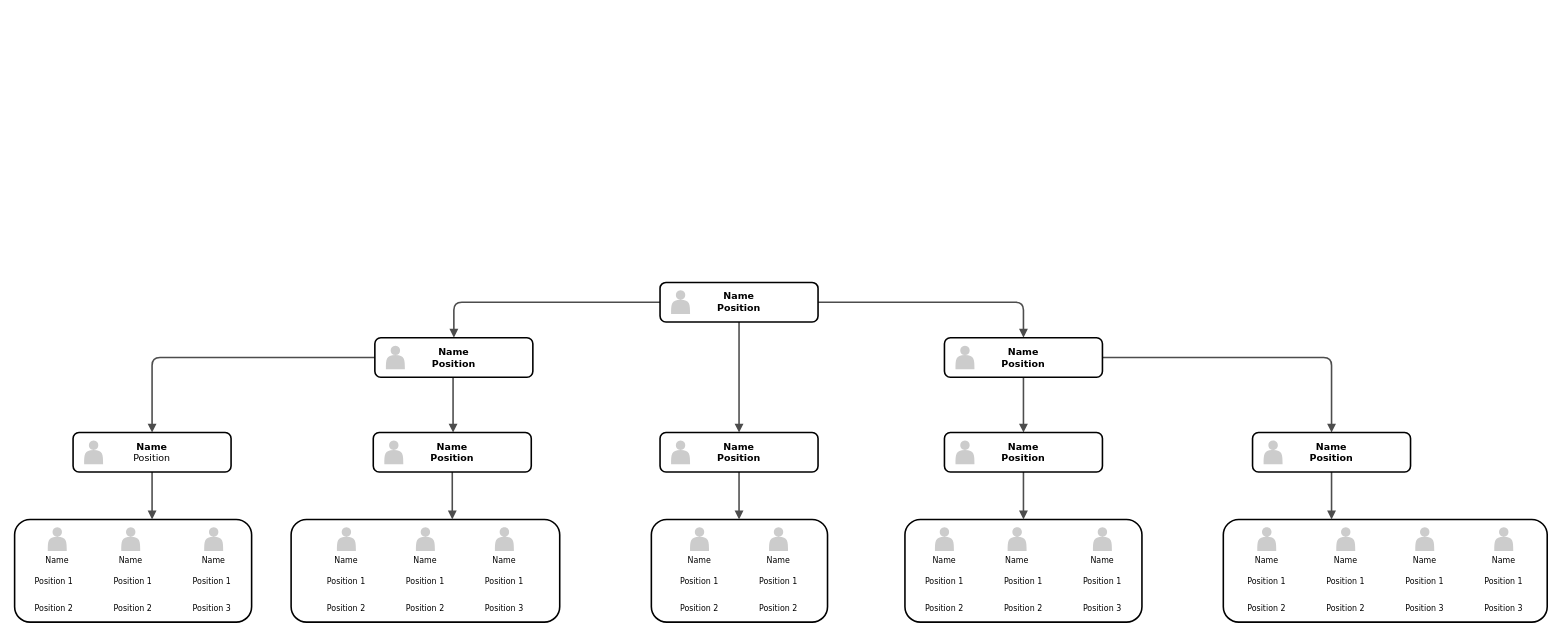
Above: Diagrama sem nome.drawio in pedindev/Pedro2024 (draw.io), before the change. Source tidied: cells renumbered, new cells numbered last; positions are measured from the earlier drawing's top-left corner, leaving out a move shared by most shapes. Both pictures are drawn from the tidied source at 79%, with x=0, y=0 at pixel (14, 282).
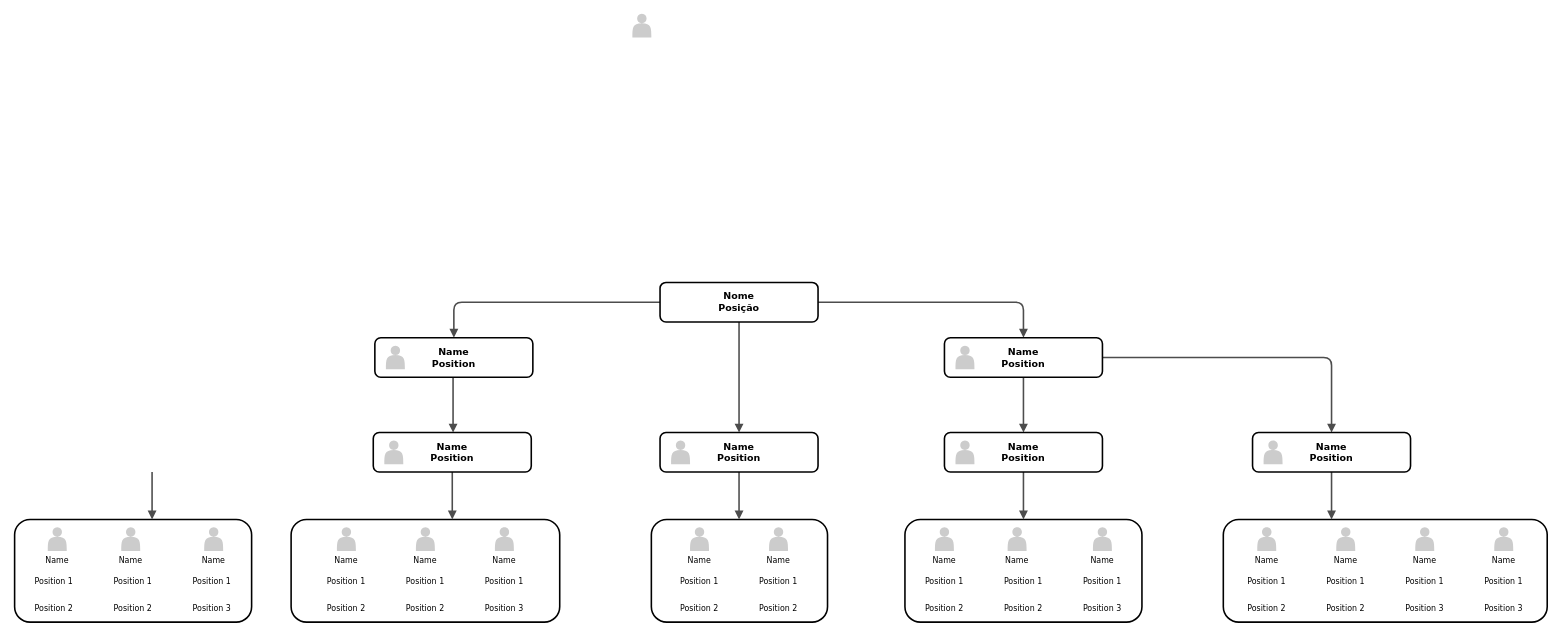
Above is the later version.

Unchanged cells that the change refers to:
```xml
<mxCell id="2" style="whiteSpace=wrap;html=1;rounded=1;shadow=0;comic=0;strokeWidth=2;fontFamily=Verdana;align=center;fontSize=10;" parent="1" vertex="1">
  <mxGeometry y="300" width="300" height="130" as="geometry" />
</mxCell>
<mxCell id="66" value="Name&lt;div&gt;&lt;span&gt;Position&lt;/span&gt;&lt;/div&gt;" style="whiteSpace=wrap;html=1;rounded=1;shadow=0;comic=0;strokeWidth=2;fontFamily=Verdana;align=center;fontSize=12;fontStyle=1;" parent="1" vertex="1">
  <mxGeometry x="456" y="70" width="200" height="50" as="geometry" />
</mxCell>
```

Change to the diagram source:
```diff
@@
-    <mxCell id="23" style="edgeStyle=orthogonalEdgeStyle;rounded=1;html=1;labelBackgroundColor=none;endArrow=block;endFill=1;strokeColor=#4D4D4D;strokeWidth=2;fontFamily=Verdana;fontSize=12;fontStyle=1;" parent="1" edge="1" source="66" target="64">
-      <mxGeometry relative="1" as="geometry" />
-    </mxCell>
@@
-    <mxCell id="30" style="edgeStyle=elbowEdgeStyle;rounded=1;html=1;labelBackgroundColor=none;endArrow=block;endFill=1;strokeColor=#4D4D4D;strokeWidth=2;fontFamily=Verdana;fontSize=10;" parent="1" edge="1" source="64" target="2">
-      <mxGeometry relative="1" as="geometry" />
+    <mxCell id="30" style="edgeStyle=elbowEdgeStyle;rounded=1;html=1;labelBackgroundColor=none;endArrow=block;endFill=1;strokeColor=#4D4D4D;strokeWidth=2;fontFamily=Verdana;fontSize=10;" parent="1" edge="1" target="2">
+      <mxGeometry relative="1" as="geometry">
+        <mxPoint x="174" y="240" as="sourcePoint" />
+      </mxGeometry>
     </mxCell>
@@
-    <mxCell id="64" value="&lt;span&gt;Name&lt;/span&gt;&lt;div&gt;&lt;span style=&quot;font-weight: normal&quot;&gt;Position&lt;/span&gt;&lt;/div&gt;" style="whiteSpace=wrap;html=1;rounded=1;shadow=0;comic=0;strokeWidth=2;fontFamily=Verdana;align=center;fontSize=12;fontStyle=1;" parent="1" vertex="1">
-      <mxGeometry x="74" y="190" width="200" height="50" as="geometry" />
-    </mxCell>
-    <mxCell id="65" style="shape=actor;whiteSpace=wrap;html=1;rounded=0;shadow=0;comic=0;strokeWidth=1;fillColor=#CCCCCC;fontFamily=Verdana;align=center;strokeColor=none;fontSize=12;fontStyle=1;" parent="1" vertex="1">
-      <mxGeometry x="88" y="200" width="24" height="30" as="geometry" />
-    </mxCell>
@@
-    <mxCell id="72" value="Name&lt;div&gt;&lt;span&gt;Position&lt;/span&gt;&lt;/div&gt;" style="whiteSpace=wrap;html=1;rounded=1;shadow=0;comic=0;strokeWidth=2;fontFamily=Verdana;align=center;fontSize=12;fontStyle=1;" parent="1" vertex="1">
+    <mxCell id="72" value="Nome&lt;div&gt;&lt;span&gt;Posição&lt;/span&gt;&lt;/div&gt;" style="whiteSpace=wrap;html=1;rounded=1;shadow=0;comic=0;strokeWidth=2;fontFamily=Verdana;align=center;fontSize=12;fontStyle=1;" parent="1" vertex="1">
       <mxGeometry x="817" width="200" height="50" as="geometry" />
     </mxCell>
     <mxCell id="73" style="shape=actor;whiteSpace=wrap;html=1;rounded=0;shadow=0;comic=0;strokeWidth=1;fillColor=#CCCCCC;fontFamily=Verdana;align=center;strokeColor=none;fontSize=12;fontStyle=1;" parent="1" vertex="1">
-      <mxGeometry x="831" y="10" width="24" height="30" as="geometry" />
+      <mxGeometry x="782" y="-340" width="24" height="30" as="geometry" />
     </mxCell>
```
